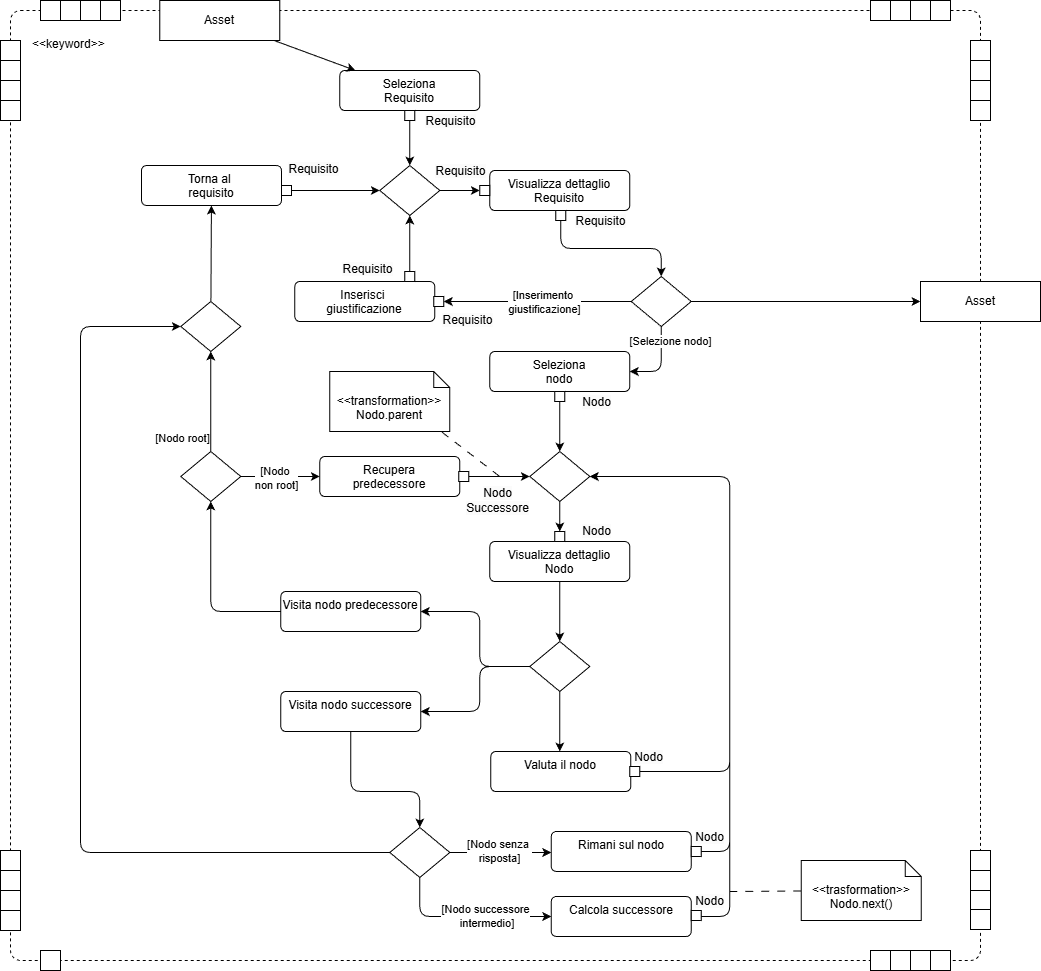
The draw.io diagram src/RTB/DocumentazioneEsterna/Analisi_dei_Requisiti/content/use_case/diagrammi-attivita/images/valuta-asset.drawio.png in GroupRubberDuck/Documentazione, before a commit. Source tidied: cells renumbered, new cells last; positions are measured from the earlier drawing's top-left corner, leaving out a move shared by most shapes.
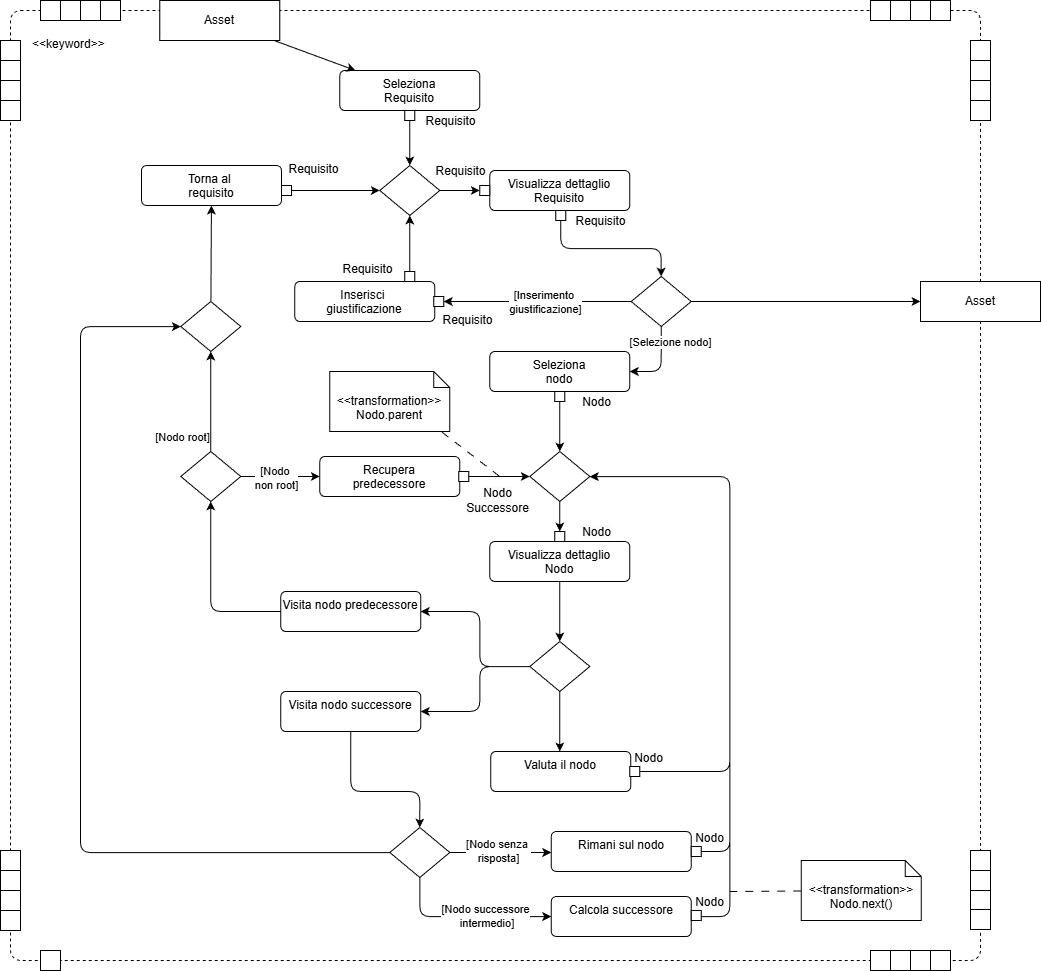
The same diagram one commit later.

Commit message:
fix adr:coretti typo

Diff of the diagram source:
```diff
@@ -515,7 +515,7 @@
         <mxPoint x="719.3" y="881" as="targetPoint" />
       </mxGeometry>
     </mxCell>
-    <mxCell id="126" value="&amp;lt;&amp;lt;trasformation&amp;gt;&amp;gt;&lt;br&gt;Nodo.next()" style="shape=note2;boundedLbl=1;whiteSpace=wrap;html=1;size=16;verticalAlign=top;align=center;" parent="2" vertex="1">
+    <mxCell id="126" value="&amp;lt;&amp;lt;transformation&amp;gt;&amp;gt;&lt;br&gt;Nodo.next()" style="shape=note2;boundedLbl=1;whiteSpace=wrap;html=1;size=16;verticalAlign=top;align=center;" parent="2" vertex="1">
       <mxGeometry x="790.7" y="850" width="120" height="60" as="geometry" />
     </mxCell>
     <mxCell id="127" style="edgeStyle=none;html=1;" parent="2" edge="1" source="128" target="89">
```
